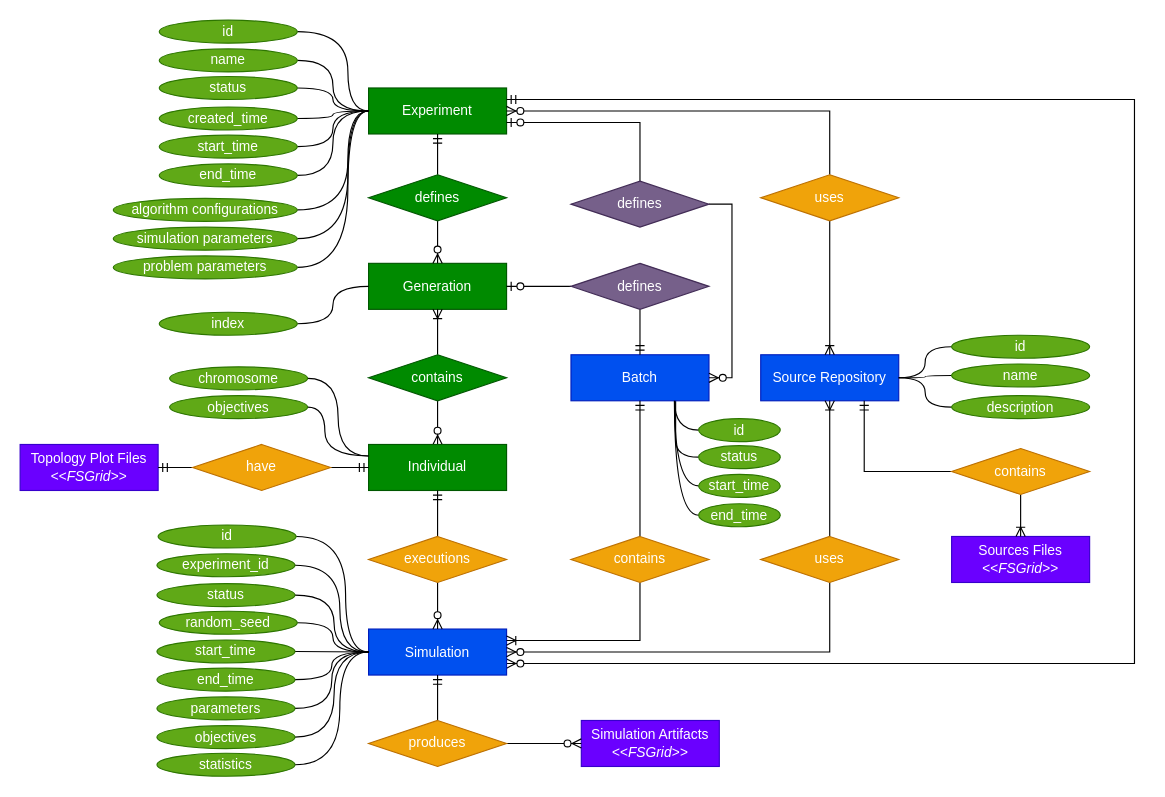
JunioCesarFerreira/simlab keeps this draw.io diagram as page "entity-relationship" (3 of 3) of docs/diagrams/diagrams1.drawio. Above is the earlier version. Source tidied: cells renumbered, new cells numbered last; positions are measured from the earlier drawing's top-left corner, leaving out a move shared by most shapes. Both pictures are drawn from the tidied source at 115%, with x=0, y=0 at pixel (20, 20).
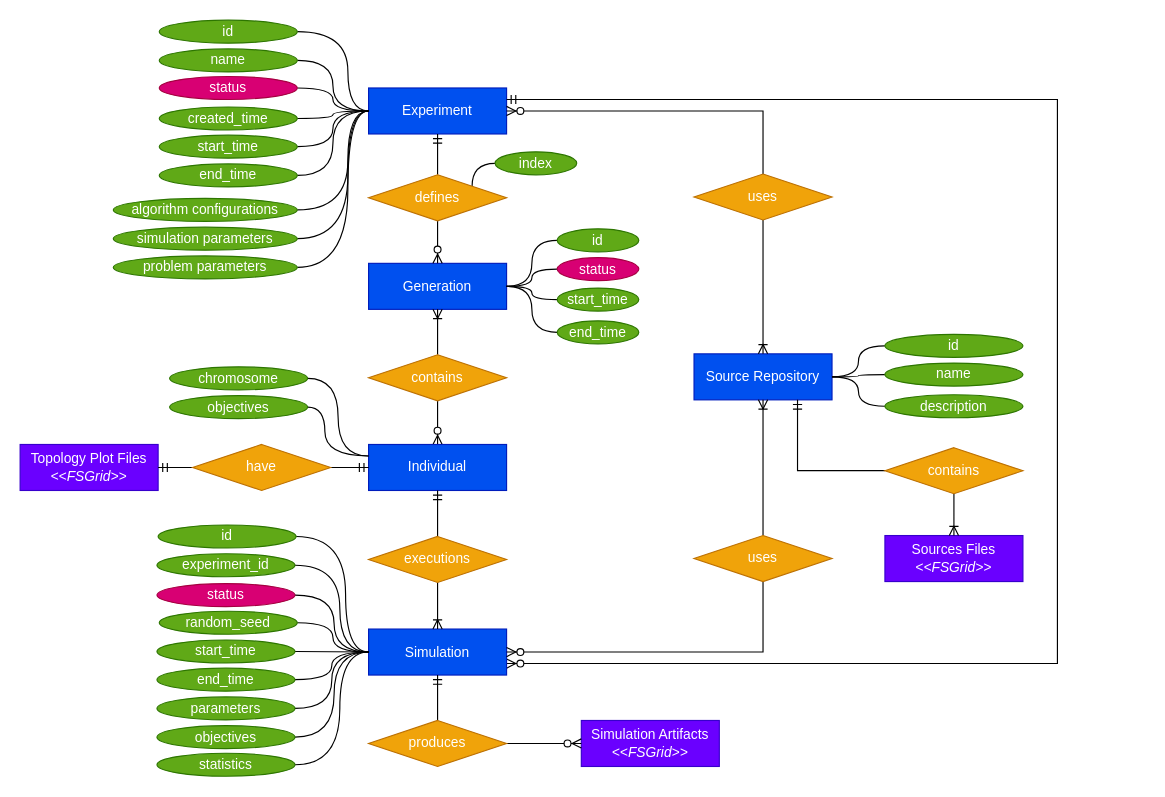
The same diagram, later.

The change refers to these unchanged cells:
```xml
<mxCell id="4" value="Simulation" style="rounded=0;whiteSpace=wrap;html=1;fillColor=#0050ef;strokeColor=#001DBC;fontColor=#ffffff;" parent="1" vertex="1">
  <mxGeometry x="303" y="529.5" width="120" height="40" as="geometry" />
</mxCell>
<mxCell id="69" value="&lt;span style=&quot;text-align: left&quot;&gt;executions&lt;/span&gt;" style="rhombus;whiteSpace=wrap;html=1;fillColor=#f0a30a;strokeColor=#BD7000;fontColor=#ffffff;" parent="1" vertex="1">
  <mxGeometry x="303" y="449" width="120" height="40" as="geometry" />
</mxCell>
```

Change to the diagram source:
```diff
@@
-    <mxCell id="2" value="Experiment" style="rounded=0;whiteSpace=wrap;html=1;fillColor=#008a00;strokeColor=#005700;fontColor=#ffffff;" parent="1" vertex="1">
+    <mxCell id="2" value="Experiment" style="rounded=0;whiteSpace=wrap;html=1;fillColor=#0050ef;strokeColor=#001DBC;fontColor=#ffffff;" parent="1" vertex="1">
       <mxGeometry x="303" y="59" width="120" height="40" as="geometry" />
     </mxCell>
     <mxCell id="3" style="edgeStyle=orthogonalEdgeStyle;rounded=0;jettySize=auto;html=1;exitX=1;exitY=0.75;exitDx=0;exitDy=0;entryX=1;entryY=0.25;entryDx=0;entryDy=0;endArrow=ERmandOne;endFill=0;startArrow=ERzeroToMany;startFill=1;" parent="1" edge="1" source="4" target="2">
       <mxGeometry relative="1" as="geometry">
         <Array as="points">
-          <mxPoint x="969" y="560" />
-          <mxPoint x="969" y="69" />
+          <mxPoint x="902" y="559" />
+          <mxPoint x="902" y="69" />
         </Array>
       </mxGeometry>
     </mxCell>
@@
-    <mxCell id="10" value="status" style="ellipse;whiteSpace=wrap;html=1;fillColor=#60a917;strokeColor=#2D7600;fontColor=#ffffff;" parent="1" vertex="1">
+    <mxCell id="10" value="status" style="ellipse;whiteSpace=wrap;html=1;fillColor=#d80073;strokeColor=#A50040;fontColor=#ffffff;" parent="1" vertex="1">
       <mxGeometry x="121" y="49" width="120" height="20" as="geometry" />
     </mxCell>
-    <mxCell id="11" value="Generation" style="rounded=0;whiteSpace=wrap;html=1;fillColor=#008a00;strokeColor=#005700;fontColor=#ffffff;" parent="1" vertex="1">
+    <mxCell id="11" value="Generation" style="rounded=0;whiteSpace=wrap;html=1;fillColor=#0050ef;strokeColor=#001DBC;fontColor=#ffffff;" parent="1" vertex="1">
       <mxGeometry x="303" y="211.5" width="120" height="40" as="geometry" />
     </mxCell>
@@
-    <mxCell id="15" value="status" style="ellipse;whiteSpace=wrap;html=1;fillColor=#60a917;strokeColor=#2D7600;fontColor=#ffffff;" parent="1" vertex="1">
+    <mxCell id="15" value="status" style="ellipse;whiteSpace=wrap;html=1;fillColor=#d80073;strokeColor=#A50040;fontColor=#ffffff;" parent="1" vertex="1">
       <mxGeometry x="119" y="490" width="120" height="20" as="geometry" />
     </mxCell>
-    <mxCell id="16" style="edgeStyle=orthogonalEdgeStyle;curved=1;rounded=0;jettySize=auto;html=1;exitX=0;exitY=0.5;exitDx=0;exitDy=0;endArrow=none;endFill=0;" parent="1" edge="1" source="17">
-      <mxGeometry relative="1" as="geometry">
-        <mxPoint x="570" y="330" as="targetPoint" />
-      </mxGeometry>
+    <mxCell id="16" style="edgeStyle=orthogonalEdgeStyle;curved=1;rounded=0;jettySize=auto;html=1;exitX=0;exitY=0.5;exitDx=0;exitDy=0;endArrow=none;endFill=0;entryX=1;entryY=0.5;entryDx=0;entryDy=0;" parent="1" edge="1" source="17" target="11">
+      <mxGeometry relative="1" as="geometry" />
     </mxCell>
-    <mxCell id="17" value="status" style="ellipse;whiteSpace=wrap;html=1;fillColor=#60a917;strokeColor=#2D7600;fontColor=#ffffff;" parent="1" vertex="1">
-      <mxGeometry x="590" y="370" width="71" height="20" as="geometry" />
+    <mxCell id="17" value="status" style="ellipse;whiteSpace=wrap;html=1;fillColor=#d80073;strokeColor=#A50040;fontColor=#ffffff;" parent="1" vertex="1">
+      <mxGeometry x="467" y="206.5" width="71" height="20" as="geometry" />
     </mxCell>
     <mxCell id="18" value="Source Repository" style="rounded=0;whiteSpace=wrap;html=1;fillColor=#0050ef;strokeColor=#001DBC;fontColor=#ffffff;" parent="1" vertex="1">
-      <mxGeometry x="644" y="291" width="120" height="40" as="geometry" />
+      <mxGeometry x="586" y="290.2" width="120" height="40" as="geometry" />
     </mxCell>
@@
     <mxCell id="20" value="id" style="ellipse;whiteSpace=wrap;html=1;fillColor=#60a917;strokeColor=#2D7600;fontColor=#ffffff;" parent="1" vertex="1">
-      <mxGeometry x="810" y="274" width="120" height="20" as="geometry" />
+      <mxGeometry x="752" y="273.2" width="120" height="20" as="geometry" />
     </mxCell>
@@
     <mxCell id="22" value="name" style="ellipse;whiteSpace=wrap;html=1;fillColor=#60a917;strokeColor=#2D7600;fontColor=#ffffff;" parent="1" vertex="1">
-      <mxGeometry x="810" y="299" width="120" height="20" as="geometry" />
+      <mxGeometry x="752" y="298.2" width="120" height="20" as="geometry" />
     </mxCell>
@@
     <mxCell id="24" value="description" style="ellipse;whiteSpace=wrap;html=1;fillColor=#60a917;strokeColor=#2D7600;fontColor=#ffffff;" parent="1" vertex="1">
-      <mxGeometry x="810" y="326.5" width="120" height="20" as="geometry" />
+      <mxGeometry x="752" y="325.8" width="120" height="20" as="geometry" />
     </mxCell>
@@
-    <mxCell id="30" style="edgeStyle=orthogonalEdgeStyle;curved=1;rounded=0;jettySize=auto;html=1;exitX=0;exitY=0.5;exitDx=0;exitDy=0;entryX=0.75;entryY=1;entryDx=0;entryDy=0;endArrow=none;endFill=0;" parent="1" edge="1" source="31" target="81">
+    <mxCell id="30" style="edgeStyle=orthogonalEdgeStyle;curved=1;rounded=0;jettySize=auto;html=1;exitX=0;exitY=0.5;exitDx=0;exitDy=0;entryX=1;entryY=0.5;entryDx=0;entryDy=0;endArrow=none;endFill=0;" parent="1" edge="1" source="31" target="11">
       <mxGeometry relative="1" as="geometry" />
     </mxCell>
     <mxCell id="31" value="start_time" style="ellipse;whiteSpace=wrap;html=1;fillColor=#60a917;strokeColor=#2D7600;fontColor=#ffffff;" parent="1" vertex="1">
-      <mxGeometry x="590" y="395" width="71" height="20" as="geometry" />
+      <mxGeometry x="467" y="233" width="71" height="20" as="geometry" />
     </mxCell>
-    <mxCell id="32" style="edgeStyle=orthogonalEdgeStyle;curved=1;rounded=0;jettySize=auto;html=1;exitX=0;exitY=0.5;exitDx=0;exitDy=0;entryX=0.75;entryY=1;entryDx=0;entryDy=0;endArrow=none;endFill=0;" parent="1" edge="1" source="33" target="81">
+    <mxCell id="32" style="edgeStyle=orthogonalEdgeStyle;curved=1;rounded=0;jettySize=auto;html=1;exitX=0;exitY=0.5;exitDx=0;exitDy=0;entryX=1;entryY=0.5;entryDx=0;entryDy=0;endArrow=none;endFill=0;" parent="1" edge="1" source="33" target="11">
       <mxGeometry relative="1" as="geometry" />
     </mxCell>
     <mxCell id="33" value="end_time" style="ellipse;whiteSpace=wrap;html=1;fillColor=#60a917;strokeColor=#2D7600;fontColor=#ffffff;" parent="1" vertex="1">
-      <mxGeometry x="590" y="420.5" width="71" height="20" as="geometry" />
+      <mxGeometry x="467" y="261.5" width="71" height="20" as="geometry" />
     </mxCell>
@@
-    <mxCell id="38" style="edgeStyle=orthogonalEdgeStyle;curved=1;rounded=0;jettySize=auto;html=1;exitX=1;exitY=0.5;exitDx=0;exitDy=0;entryX=0;entryY=0.5;entryDx=0;entryDy=0;startArrow=none;startFill=0;endArrow=none;endFill=0;" parent="1" edge="1" source="39" target="11">
+    <mxCell id="38" style="edgeStyle=orthogonalEdgeStyle;curved=1;rounded=0;jettySize=auto;html=1;exitX=0;exitY=0.5;exitDx=0;exitDy=0;entryX=1;entryY=0;entryDx=0;entryDy=0;startArrow=none;startFill=0;endArrow=none;endFill=0;" parent="1" edge="1" source="39" target="48">
       <mxGeometry relative="1" as="geometry" />
     </mxCell>
     <mxCell id="39" value="index" style="ellipse;whiteSpace=wrap;html=1;fillColor=#60a917;strokeColor=#2D7600;fontColor=#ffffff;" parent="1" vertex="1">
-      <mxGeometry x="121" y="254" width="120" height="20" as="geometry" />
+      <mxGeometry x="413" y="114.5" width="71" height="20" as="geometry" />
     </mxCell>
@@
-    <mxCell id="48" value="defines" style="rhombus;whiteSpace=wrap;html=1;fillColor=#008a00;strokeColor=#005700;fontColor=#ffffff;" parent="1" vertex="1">
+    <mxCell id="48" value="defines" style="rhombus;whiteSpace=wrap;html=1;fillColor=#f0a30a;strokeColor=#BD7000;fontColor=#ffffff;" parent="1" vertex="1">
       <mxGeometry x="303" y="134.5" width="120" height="40" as="geometry" />
     </mxCell>
@@
-    <mxCell id="51" value="contains" style="rhombus;whiteSpace=wrap;html=1;fillColor=#008a00;strokeColor=#005700;fontColor=#ffffff;" parent="1" vertex="1">
+    <mxCell id="51" value="contains" style="rhombus;whiteSpace=wrap;html=1;fillColor=#f0a30a;strokeColor=#BD7000;fontColor=#ffffff;" parent="1" vertex="1">
       <mxGeometry x="303" y="291" width="120" height="40" as="geometry" />
     </mxCell>
@@
     <mxCell id="62" value="uses" style="rhombus;whiteSpace=wrap;html=1;fillColor=#f0a30a;strokeColor=#BD7000;fontColor=#ffffff;" parent="1" vertex="1">
-      <mxGeometry x="644" y="134.5" width="120" height="40" as="geometry" />
+      <mxGeometry x="586" y="133.8" width="120" height="40" as="geometry" />
     </mxCell>
@@
-    <mxCell id="66" value="Individual" style="rounded=0;whiteSpace=wrap;html=1;fillColor=#008a00;strokeColor=#005700;fontColor=#ffffff;" parent="1" vertex="1">
+    <mxCell id="66" value="Individual" style="rounded=0;whiteSpace=wrap;html=1;fillColor=#0050ef;strokeColor=#001DBC;fontColor=#ffffff;" parent="1" vertex="1">
       <mxGeometry x="303" y="369" width="120" height="40" as="geometry" />
     </mxCell>
@@
-    <mxCell id="68" style="edgeStyle=orthogonalEdgeStyle;rounded=0;jettySize=auto;html=1;exitX=0.5;exitY=1;exitDx=0;exitDy=0;endArrow=ERzeroToMany;endFill=1;" parent="1" edge="1" source="69" target="4">
+    <mxCell id="68" style="edgeStyle=orthogonalEdgeStyle;rounded=0;jettySize=auto;html=1;exitX=0.5;exitY=1;exitDx=0;exitDy=0;endArrow=ERoneToMany;endFill=0;" parent="1" edge="1" source="69" target="4">
       <mxGeometry relative="1" as="geometry" />
     </mxCell>
@@
     <mxCell id="74" value="uses" style="rhombus;whiteSpace=wrap;html=1;fillColor=#f0a30a;strokeColor=#BD7000;fontColor=#ffffff;" parent="1" vertex="1">
-      <mxGeometry x="644" y="449" width="120" height="40" as="geometry" />
+      <mxGeometry x="586" y="448.2" width="120" height="40" as="geometry" />
     </mxCell>
@@
-    <mxCell id="81" value="Batch" style="rounded=0;whiteSpace=wrap;html=1;fillColor=#0050ef;strokeColor=#001DBC;fontColor=#ffffff;" parent="1" vertex="1">
-      <mxGeometry x="479" y="291" width="120" height="40" as="geometry" />
-    </mxCell>
-    <mxCell id="82" style="edgeStyle=orthogonalEdgeStyle;rounded=0;jettySize=auto;html=1;exitX=0.5;exitY=1;exitDx=0;exitDy=0;entryX=1;entryY=0.25;entryDx=0;entryDy=0;endArrow=ERoneToMany;endFill=0;" parent="1" edge="1" source="84" target="4">
-      <mxGeometry relative="1" as="geometry" />
-    </mxCell>
-    <mxCell id="83" style="edgeStyle=orthogonalEdgeStyle;rounded=0;jettySize=auto;html=1;exitX=0.5;exitY=0;exitDx=0;exitDy=0;endArrow=ERmandOne;endFill=0;" parent="1" edge="1" source="84" target="81">
-      <mxGeometry relative="1" as="geometry" />
-    </mxCell>
-    <mxCell id="84" value="contains" style="rhombus;whiteSpace=wrap;html=1;fillColor=#f0a30a;strokeColor=#BD7000;fontColor=#ffffff;" parent="1" vertex="1">
-      <mxGeometry x="479" y="449" width="120" height="40" as="geometry" />
-    </mxCell>
-    <mxCell id="85" style="edgeStyle=orthogonalEdgeStyle;rounded=0;jettySize=auto;html=1;exitX=0;exitY=0.5;exitDx=0;exitDy=0;entryX=1;entryY=0.5;entryDx=0;entryDy=0;endArrow=ERzeroToOne;endFill=1;" parent="1" edge="1" source="87" target="11">
-      <mxGeometry relative="1" as="geometry" />
-    </mxCell>
-    <mxCell id="86" style="edgeStyle=orthogonalEdgeStyle;rounded=0;jettySize=auto;html=1;exitX=0.5;exitY=1;exitDx=0;exitDy=0;entryX=0.5;entryY=0;entryDx=0;entryDy=0;endArrow=ERmandOne;endFill=0;" parent="1" edge="1" source="87" target="81">
-      <mxGeometry relative="1" as="geometry" />
-    </mxCell>
-    <mxCell id="87" value="defines" style="rhombus;whiteSpace=wrap;html=1;fillColor=#76608a;strokeColor=#432D57;fontColor=#ffffff;" parent="1" vertex="1">
-      <mxGeometry x="479" y="211.5" width="120" height="40" as="geometry" />
-    </mxCell>
     <mxCell id="88" value="Sources Files&lt;br&gt;&lt;i&gt;&amp;lt;&amp;lt;FSGrid&amp;gt;&amp;gt;&lt;/i&gt;" style="rounded=0;whiteSpace=wrap;html=1;fillColor=#6a00ff;strokeColor=#3700CC;fontColor=#ffffff;" parent="1" vertex="1">
-      <mxGeometry x="810" y="449" width="120" height="40" as="geometry" />
+      <mxGeometry x="752" y="448.2" width="120" height="40" as="geometry" />
     </mxCell>
@@
     <mxCell id="91" value="contains" style="rhombus;whiteSpace=wrap;html=1;fillColor=#f0a30a;strokeColor=#BD7000;fontColor=#ffffff;" parent="1" vertex="1">
-      <mxGeometry x="810" y="372.5" width="120" height="40" as="geometry" />
+      <mxGeometry x="752" y="371.8" width="120" height="40" as="geometry" />
     </mxCell>
-    <mxCell id="92" style="edgeStyle=orthogonalEdgeStyle;curved=1;rounded=0;jettySize=auto;html=1;exitX=0;exitY=0.5;exitDx=0;exitDy=0;entryX=0.75;entryY=1;entryDx=0;entryDy=0;endArrow=none;endFill=0;" parent="1" edge="1" source="93" target="81">
+    <mxCell id="92" style="edgeStyle=orthogonalEdgeStyle;curved=1;rounded=0;jettySize=auto;html=1;exitX=0;exitY=0.5;exitDx=0;exitDy=0;entryX=1;entryY=0.5;entryDx=0;entryDy=0;endArrow=none;endFill=0;" parent="1" edge="1" source="93" target="11">
       <mxGeometry relative="1" as="geometry" />
     </mxCell>
     <mxCell id="93" value="id" style="ellipse;whiteSpace=wrap;html=1;fillColor=#60a917;strokeColor=#2D7600;fontColor=#ffffff;" parent="1" vertex="1">
-      <mxGeometry x="590" y="346.5" width="71" height="20" as="geometry" />
+      <mxGeometry x="467" y="181.5" width="71" height="20" as="geometry" />
     </mxCell>
@@
-    <mxCell id="98" style="edgeStyle=orthogonalEdgeStyle;rounded=0;jettySize=auto;html=1;exitX=0.5;exitY=0;exitDx=0;exitDy=0;entryX=1;entryY=0.75;entryDx=0;entryDy=0;startArrow=none;startFill=0;endArrow=ERzeroToOne;endFill=1;" parent="1" edge="1" source="100" target="2">
-      <mxGeometry relative="1" as="geometry" />
-    </mxCell>
-    <mxCell id="99" style="edgeStyle=orthogonalEdgeStyle;rounded=0;jettySize=auto;html=1;exitX=1;exitY=0.5;exitDx=0;exitDy=0;entryX=1;entryY=0.5;entryDx=0;entryDy=0;startArrow=none;startFill=0;endArrow=ERzeroToMany;endFill=1;" parent="1" edge="1" source="100" target="81">
-      <mxGeometry relative="1" as="geometry" />
-    </mxCell>
-    <mxCell id="100" value="defines" style="rhombus;whiteSpace=wrap;html=1;fillColor=#76608a;strokeColor=#432D57;fontColor=#ffffff;" parent="1" vertex="1">
-      <mxGeometry x="479" y="140" width="120" height="40" as="geometry" />
-    </mxCell>
```
